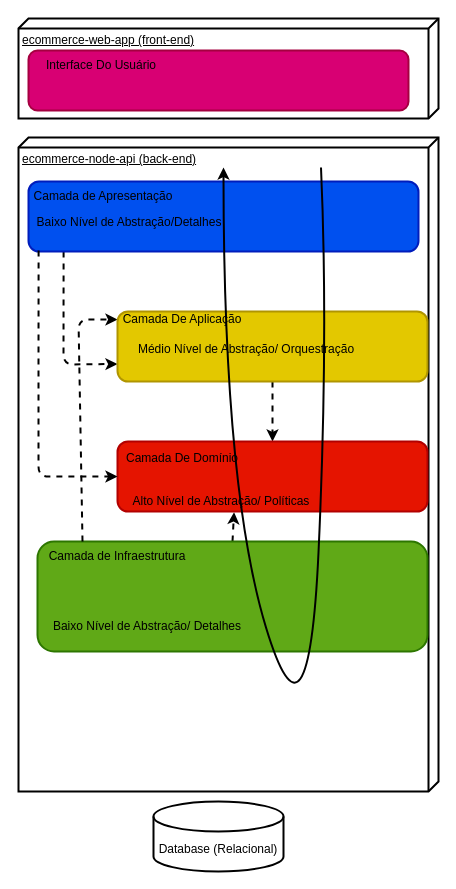
Earlier version of the draw.io diagram page "Arquitetura em camadas" (1 of 2) of requirements/ecommerce-arquitetura.drawio (raissiafreitas/ecommerce-node-api). Source tidied: cells renumbered, new cells numbered last; positions are measured from the earlier drawing's top-left corner, leaving out a move shared by most shapes. Both pictures are drawn from the tidied source at 100%, with x=0, y=0 at pixel (18, 18).
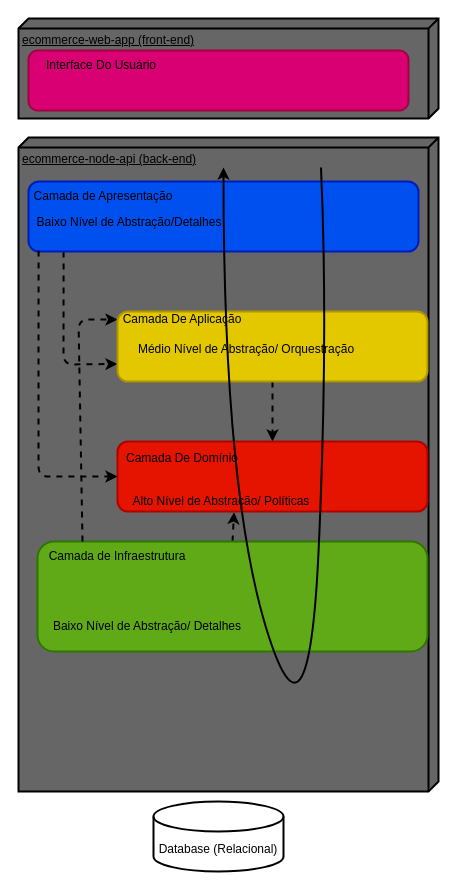
The same diagram, later.

The edit, as a diff of the source:
```diff
@@
-    <mxCell id="2" value="ecommerce-node-api (back-end)" style="verticalAlign=top;align=left;spacingTop=8;spacingLeft=2;spacingRight=12;shape=cube;size=10;direction=south;fontStyle=4;html=1;strokeWidth=2;" parent="1" vertex="1">
+    <mxCell id="2" value="ecommerce-node-api (back-end)" style="verticalAlign=top;align=left;spacingTop=8;spacingLeft=2;spacingRight=12;shape=cube;size=10;direction=south;fontStyle=4;html=1;strokeWidth=2;fillColor=#666666;" parent="1" vertex="1">
       <mxGeometry y="119" width="420" height="654" as="geometry" />
     </mxCell>
-    <mxCell id="3" value="ecommerce-web-app (front-end)" style="verticalAlign=top;align=left;spacingTop=8;spacingLeft=2;spacingRight=12;shape=cube;size=10;direction=south;fontStyle=4;html=1;strokeWidth=2;" parent="1" vertex="1">
+    <mxCell id="3" value="ecommerce-web-app (front-end)" style="verticalAlign=top;align=left;spacingTop=8;spacingLeft=2;spacingRight=12;shape=cube;size=10;direction=south;fontStyle=4;html=1;strokeWidth=2;fillColor=#666666;" parent="1" vertex="1">
       <mxGeometry width="420" height="100" as="geometry" />
     </mxCell>
```
